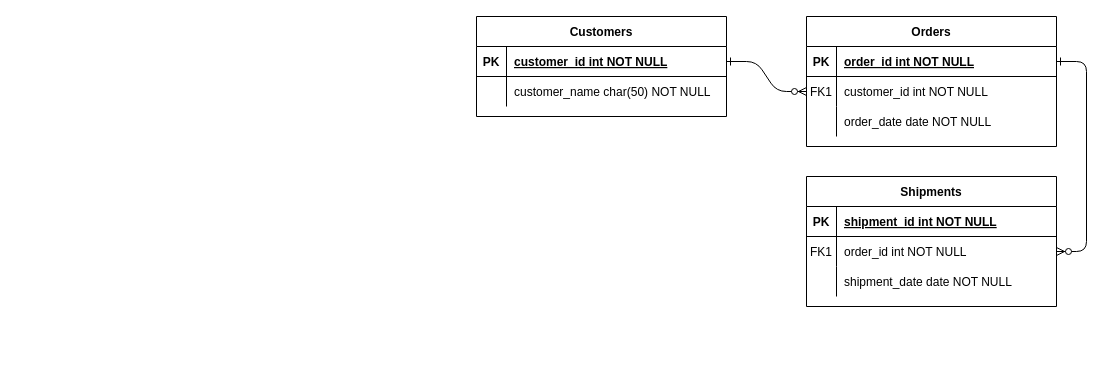
Earlier version of the draw.io diagram 제목 없는 다이어그램.drawio (GangBean/HelloWorld). Source tidied: cells renumbered, new cells numbered last; positions are measured from the earlier drawing's top-left corner, leaving out a move shared by most shapes. Both pictures are drawn from the tidied source at 100%, with x=0, y=0 at pixel (476, 16).
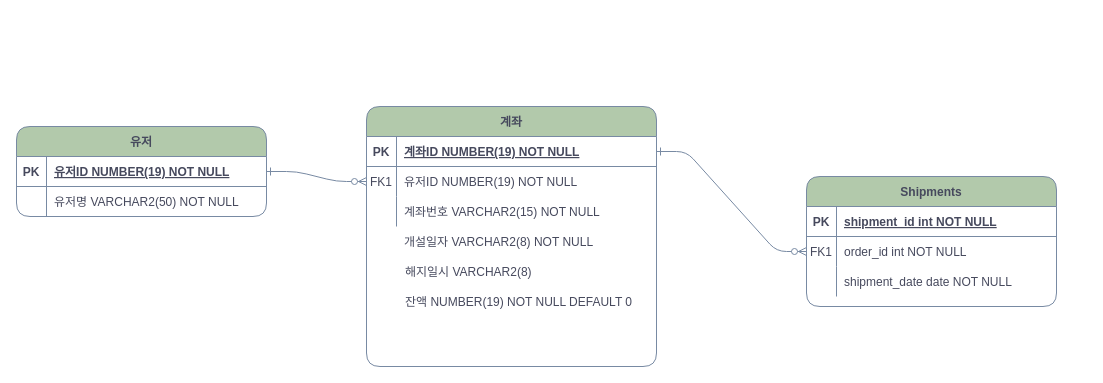
After the change.

Commit message:
제목 없는 다이어그램.drawio 업데이트

The edit, as a diff of the source:
```diff
@@
-    <mxCell id="2" style="edgeStyle=entityRelationEdgeStyle;endArrow=ERzeroToMany;startArrow=ERone;endFill=1;startFill=0;" parent="1" edge="1" source="25" target="8">
+    <mxCell id="2" style="edgeStyle=entityRelationEdgeStyle;endArrow=ERzeroToMany;startArrow=ERone;endFill=1;startFill=0;strokeColor=#788AA3;fontColor=#46495D;rounded=1;" parent="1" edge="1" source="25" target="8">
       <mxGeometry relative="1" as="geometry" />
     </mxCell>
-    <mxCell id="3" style="edgeStyle=entityRelationEdgeStyle;endArrow=ERzeroToMany;startArrow=ERone;endFill=1;startFill=0;" parent="1" edge="1" source="5" target="18">
+    <mxCell id="3" style="edgeStyle=entityRelationEdgeStyle;endArrow=ERzeroToMany;startArrow=ERone;endFill=1;startFill=0;strokeColor=#788AA3;fontColor=#46495D;rounded=1;" parent="1" edge="1" source="5" target="18">
       <mxGeometry relative="1" as="geometry" />
     </mxCell>
-    <mxCell id="4" value="Orders" style="shape=table;startSize=30;childLayout=tableLayout;rowLines=0;fontStyle=1;align=center;" parent="1" vertex="1">
-      <mxGeometry x="330" width="250" height="130" as="geometry" />
+    <mxCell id="4" value="계좌" style="shape=table;startSize=30;childLayout=tableLayout;rowLines=0;fontStyle=1;align=center;fillColor=#B2C9AB;strokeColor=#788AA3;fontColor=#46495D;rounded=1;" parent="1" vertex="1">
+      <mxGeometry x="-110" y="90" width="290" height="260" as="geometry" />
     </mxCell>
-    <mxCell id="5" style="shape=partialRectangle;fillColor=none;points=[[0,0.5],[1,0.5]];portConstraint=eastwest;top=0;left=0;right=0;bottom=1;" parent="4" vertex="1">
-      <mxGeometry y="30" width="250" height="30" as="geometry" />
+    <mxCell id="5" style="shape=partialRectangle;fillColor=none;points=[[0,0.5],[1,0.5]];portConstraint=eastwest;top=0;left=0;right=0;bottom=1;strokeColor=#788AA3;fontColor=#46495D;rounded=1;" parent="4" vertex="1">
+      <mxGeometry y="30" width="290" height="30" as="geometry" />
     </mxCell>
-    <mxCell id="6" value="PK" style="shape=partialRectangle;overflow=hidden;fillColor=none;top=0;left=0;bottom=0;right=0;fontStyle=1;" parent="5" vertex="1">
+    <mxCell id="6" value="PK" style="shape=partialRectangle;overflow=hidden;fillColor=none;top=0;left=0;bottom=0;right=0;fontStyle=1;strokeColor=#788AA3;fontColor=#46495D;rounded=1;" parent="5" vertex="1">
       <mxGeometry width="30" height="30" as="geometry" />
     </mxCell>
-    <mxCell id="7" value="order_id int NOT NULL " style="shape=partialRectangle;overflow=hidden;fillColor=none;top=0;left=0;bottom=0;right=0;align=left;spacingLeft=6;fontStyle=5;" parent="5" vertex="1">
-      <mxGeometry x="30" width="220" height="30" as="geometry" />
+    <mxCell id="7" value="계좌ID NUMBER(19) NOT NULL " style="shape=partialRectangle;overflow=hidden;fillColor=none;top=0;left=0;bottom=0;right=0;align=left;spacingLeft=6;fontStyle=5;strokeColor=#788AA3;fontColor=#46495D;rounded=1;" parent="5" vertex="1">
+      <mxGeometry x="30" width="260" height="30" as="geometry" />
     </mxCell>
-    <mxCell id="8" style="shape=partialRectangle;fillColor=none;points=[[0,0.5],[1,0.5]];portConstraint=eastwest;top=0;left=0;right=0;bottom=0;" parent="4" vertex="1">
-      <mxGeometry y="60" width="250" height="30" as="geometry" />
+    <mxCell id="8" style="shape=partialRectangle;fillColor=none;points=[[0,0.5],[1,0.5]];portConstraint=eastwest;top=0;left=0;right=0;bottom=0;strokeColor=#788AA3;fontColor=#46495D;rounded=1;" parent="4" vertex="1">
+      <mxGeometry y="60" width="290" height="30" as="geometry" />
     </mxCell>
-    <mxCell id="9" value="FK1" style="shape=partialRectangle;overflow=hidden;fillColor=none;top=0;left=0;bottom=0;right=0;" parent="8" vertex="1">
+    <mxCell id="9" value="FK1" style="shape=partialRectangle;overflow=hidden;fillColor=none;top=0;left=0;bottom=0;right=0;strokeColor=#788AA3;fontColor=#46495D;rounded=1;" parent="8" vertex="1">
       <mxGeometry width="30" height="30" as="geometry" />
     </mxCell>
-    <mxCell id="10" value="customer_id int NOT NULL" style="shape=partialRectangle;overflow=hidden;fillColor=none;top=0;left=0;bottom=0;right=0;align=left;spacingLeft=6;" parent="8" vertex="1">
-      <mxGeometry x="30" width="220" height="30" as="geometry" />
+    <mxCell id="10" value="유저ID NUMBER(19) NOT NULL" style="shape=partialRectangle;overflow=hidden;fillColor=none;top=0;left=0;bottom=0;right=0;align=left;spacingLeft=6;strokeColor=#788AA3;fontColor=#46495D;rounded=1;" parent="8" vertex="1">
+      <mxGeometry x="30" width="260" height="30" as="geometry" />
     </mxCell>
-    <mxCell id="11" style="shape=partialRectangle;fillColor=none;top=0;left=0;right=0;bottom=0;" parent="4" vertex="1">
-      <mxGeometry y="90" width="250" height="30" as="geometry" />
+    <mxCell id="11" style="shape=partialRectangle;fillColor=none;top=0;left=0;right=0;bottom=0;strokeColor=#788AA3;fontColor=#46495D;rounded=1;" parent="4" vertex="1">
+      <mxGeometry y="90" width="290" height="30" as="geometry" />
     </mxCell>
-    <mxCell id="12" style="shape=partialRectangle;overflow=hidden;fillColor=none;top=0;left=0;bottom=0;right=0;" parent="11" vertex="1">
+    <mxCell id="12" style="shape=partialRectangle;overflow=hidden;fillColor=none;top=0;left=0;bottom=0;right=0;strokeColor=#788AA3;fontColor=#46495D;rounded=1;" parent="11" vertex="1">
       <mxGeometry width="30" height="30" as="geometry" />
     </mxCell>
-    <mxCell id="13" value="order_date date NOT NULL" style="shape=partialRectangle;overflow=hidden;fillColor=none;top=0;left=0;bottom=0;right=0;align=left;spacingLeft=6;" parent="11" vertex="1">
-      <mxGeometry x="30" width="220" height="30" as="geometry" />
+    <mxCell id="13" value="계좌번호 VARCHAR2(15) NOT NULL" style="shape=partialRectangle;overflow=hidden;fillColor=none;top=0;left=0;bottom=0;right=0;align=left;spacingLeft=6;strokeColor=#788AA3;fontColor=#46495D;rounded=1;" parent="11" vertex="1">
+      <mxGeometry x="30" width="260" height="30" as="geometry" />
     </mxCell>
-    <mxCell id="14" value="Shipments" style="shape=table;startSize=30;childLayout=tableLayout;rowLines=0;fontStyle=1;align=center;" parent="1" vertex="1">
+    <mxCell id="14" value="Shipments" style="shape=table;startSize=30;childLayout=tableLayout;rowLines=0;fontStyle=1;align=center;fillColor=#B2C9AB;strokeColor=#788AA3;fontColor=#46495D;rounded=1;" parent="1" vertex="1">
       <mxGeometry x="330" y="160" width="250" height="130" as="geometry" />
     </mxCell>
-    <mxCell id="15" style="shape=partialRectangle;fillColor=none;top=0;left=0;right=0;bottom=1;" parent="14" vertex="1">
+    <mxCell id="15" style="shape=partialRectangle;fillColor=none;top=0;left=0;right=0;bottom=1;strokeColor=#788AA3;fontColor=#46495D;rounded=1;" parent="14" vertex="1">
       <mxGeometry y="30" width="250" height="30" as="geometry" />
     </mxCell>
-    <mxCell id="16" value="PK" style="shape=partialRectangle;overflow=hidden;fillColor=none;top=0;left=0;bottom=0;right=0;fontStyle=1;" parent="15" vertex="1">
+    <mxCell id="16" value="PK" style="shape=partialRectangle;overflow=hidden;fillColor=none;top=0;left=0;bottom=0;right=0;fontStyle=1;strokeColor=#788AA3;fontColor=#46495D;rounded=1;" parent="15" vertex="1">
       <mxGeometry width="30" height="30" as="geometry" />
     </mxCell>
-    <mxCell id="17" value="shipment_id int NOT NULL " style="shape=partialRectangle;overflow=hidden;fillColor=none;top=0;left=0;bottom=0;right=0;align=left;spacingLeft=6;fontStyle=5;" parent="15" vertex="1">
+    <mxCell id="17" value="shipment_id int NOT NULL " style="shape=partialRectangle;overflow=hidden;fillColor=none;top=0;left=0;bottom=0;right=0;align=left;spacingLeft=6;fontStyle=5;strokeColor=#788AA3;fontColor=#46495D;rounded=1;" parent="15" vertex="1">
       <mxGeometry x="30" width="220" height="30" as="geometry" />
     </mxCell>
-    <mxCell id="18" style="shape=partialRectangle;fillColor=none;points=[[0,0.5],[1,0.5]];portConstraint=eastwest;top=0;left=0;right=0;bottom=0;" parent="14" vertex="1">
+    <mxCell id="18" style="shape=partialRectangle;fillColor=none;points=[[0,0.5],[1,0.5]];portConstraint=eastwest;top=0;left=0;right=0;bottom=0;strokeColor=#788AA3;fontColor=#46495D;rounded=1;" parent="14" vertex="1">
       <mxGeometry y="60" width="250" height="30" as="geometry" />
     </mxCell>
-    <mxCell id="19" value="FK1" style="shape=partialRectangle;overflow=hidden;fillColor=none;top=0;left=0;bottom=0;right=0;" parent="18" vertex="1">
+    <mxCell id="19" value="FK1" style="shape=partialRectangle;overflow=hidden;fillColor=none;top=0;left=0;bottom=0;right=0;strokeColor=#788AA3;fontColor=#46495D;rounded=1;" parent="18" vertex="1">
       <mxGeometry width="30" height="30" as="geometry" />
     </mxCell>
-    <mxCell id="20" value="order_id int NOT NULL" style="shape=partialRectangle;overflow=hidden;fillColor=none;top=0;left=0;bottom=0;right=0;align=left;spacingLeft=6;" parent="18" vertex="1">
+    <mxCell id="20" value="order_id int NOT NULL" style="shape=partialRectangle;overflow=hidden;fillColor=none;top=0;left=0;bottom=0;right=0;align=left;spacingLeft=6;strokeColor=#788AA3;fontColor=#46495D;rounded=1;" parent="18" vertex="1">
       <mxGeometry x="30" width="220" height="30" as="geometry" />
     </mxCell>
-    <mxCell id="21" style="shape=partialRectangle;fillColor=none;top=0;left=0;right=0;bottom=0;" parent="14" vertex="1">
+    <mxCell id="21" style="shape=partialRectangle;fillColor=none;top=0;left=0;right=0;bottom=0;strokeColor=#788AA3;fontColor=#46495D;rounded=1;" parent="14" vertex="1">
       <mxGeometry y="90" width="250" height="30" as="geometry" />
     </mxCell>
-    <mxCell id="22" style="shape=partialRectangle;overflow=hidden;fillColor=none;top=0;left=0;bottom=0;right=0;" parent="21" vertex="1">
+    <mxCell id="22" style="shape=partialRectangle;overflow=hidden;fillColor=none;top=0;left=0;bottom=0;right=0;strokeColor=#788AA3;fontColor=#46495D;rounded=1;" parent="21" vertex="1">
       <mxGeometry width="30" height="30" as="geometry" />
     </mxCell>
-    <mxCell id="23" value="shipment_date date NOT NULL" style="shape=partialRectangle;overflow=hidden;fillColor=none;top=0;left=0;bottom=0;right=0;align=left;spacingLeft=6;" parent="21" vertex="1">
+    <mxCell id="23" value="shipment_date date NOT NULL" style="shape=partialRectangle;overflow=hidden;fillColor=none;top=0;left=0;bottom=0;right=0;align=left;spacingLeft=6;strokeColor=#788AA3;fontColor=#46495D;rounded=1;" parent="21" vertex="1">
       <mxGeometry x="30" width="220" height="30" as="geometry" />
     </mxCell>
-    <mxCell id="24" value="Customers" style="shape=table;startSize=30;childLayout=tableLayout;rowLines=0;fontStyle=1;align=center;" parent="1" vertex="1">
-      <mxGeometry width="250" height="100" as="geometry" />
+    <mxCell id="24" value="유저" style="shape=table;startSize=30;childLayout=tableLayout;rowLines=0;fontStyle=1;align=center;fillColor=#B2C9AB;strokeColor=#788AA3;fontColor=#46495D;rounded=1;" parent="1" vertex="1">
+      <mxGeometry x="-460" y="110" width="250" height="90" as="geometry" />
     </mxCell>
-    <mxCell id="25" style="shape=partialRectangle;fillColor=none;points=[[0,0.5],[1,0.5]];portConstraint=eastwest;top=0;left=0;right=0;bottom=1;" parent="24" vertex="1">
+    <mxCell id="25" style="shape=partialRectangle;fillColor=none;points=[[0,0.5],[1,0.5]];portConstraint=eastwest;top=0;left=0;right=0;bottom=1;strokeColor=#788AA3;fontColor=#46495D;rounded=1;" parent="24" vertex="1">
       <mxGeometry y="30" width="250" height="30" as="geometry" />
     </mxCell>
-    <mxCell id="26" value="PK" style="shape=partialRectangle;overflow=hidden;fillColor=none;top=0;left=0;bottom=0;right=0;fontStyle=1;" parent="25" vertex="1">
+    <mxCell id="26" value="PK" style="shape=partialRectangle;overflow=hidden;fillColor=none;top=0;left=0;bottom=0;right=0;fontStyle=1;strokeColor=#788AA3;fontColor=#46495D;rounded=1;" parent="25" vertex="1">
       <mxGeometry width="30" height="30" as="geometry" />
     </mxCell>
-    <mxCell id="27" value="customer_id int NOT NULL " style="shape=partialRectangle;overflow=hidden;fillColor=none;top=0;left=0;bottom=0;right=0;align=left;spacingLeft=6;fontStyle=5;" parent="25" vertex="1">
+    <mxCell id="27" value="유저ID NUMBER(19) NOT NULL " style="shape=partialRectangle;overflow=hidden;fillColor=none;top=0;left=0;bottom=0;right=0;align=left;spacingLeft=6;fontStyle=5;strokeColor=#788AA3;fontColor=#46495D;rounded=1;" parent="25" vertex="1">
       <mxGeometry x="30" width="220" height="30" as="geometry" />
     </mxCell>
-    <mxCell id="28" style="shape=partialRectangle;fillColor=none;top=0;left=0;right=0;bottom=0;" parent="24" vertex="1">
+    <mxCell id="28" style="shape=partialRectangle;fillColor=none;top=0;left=0;right=0;bottom=0;strokeColor=#788AA3;fontColor=#46495D;rounded=1;" parent="24" vertex="1">
       <mxGeometry y="60" width="250" height="30" as="geometry" />
     </mxCell>
-    <mxCell id="29" style="shape=partialRectangle;overflow=hidden;fillColor=none;top=0;left=0;bottom=0;right=0;" parent="28" vertex="1">
+    <mxCell id="29" style="shape=partialRectangle;overflow=hidden;fillColor=none;top=0;left=0;bottom=0;right=0;strokeColor=#788AA3;fontColor=#46495D;rounded=1;" parent="28" vertex="1">
       <mxGeometry width="30" height="30" as="geometry" />
     </mxCell>
-    <mxCell id="30" value="customer_name char(50) NOT NULL" style="shape=partialRectangle;overflow=hidden;fillColor=none;top=0;left=0;bottom=0;right=0;align=left;spacingLeft=6;" parent="28" vertex="1">
+    <mxCell id="30" value="유저명 VARCHAR2(50) NOT NULL" style="shape=partialRectangle;overflow=hidden;fillColor=none;top=0;left=0;bottom=0;right=0;align=left;spacingLeft=6;strokeColor=#788AA3;fontColor=#46495D;rounded=1;" parent="28" vertex="1">
       <mxGeometry x="30" width="220" height="30" as="geometry" />
     </mxCell>
+    <mxCell id="31" style="shape=partialRectangle;fillColor=none;top=0;left=0;right=0;bottom=0;strokeColor=#788AA3;fontColor=#46495D;rounded=1;" parent="1" vertex="1">
+      <mxGeometry x="-110" y="210" width="250" height="30" as="geometry" />
+    </mxCell>
+    <mxCell id="32" style="shape=partialRectangle;overflow=hidden;fillColor=none;top=0;left=0;bottom=0;right=0;strokeColor=#788AA3;fontColor=#46495D;rounded=1;" parent="31" vertex="1">
+      <mxGeometry width="30" height="30" as="geometry" />
+    </mxCell>
+    <mxCell id="33" value="개설일자 VARCHAR2(8) NOT NULL" style="shape=partialRectangle;overflow=hidden;fillColor=none;top=0;left=0;bottom=0;right=0;align=left;spacingLeft=6;strokeColor=#788AA3;fontColor=#46495D;rounded=1;" parent="31" vertex="1">
+      <mxGeometry x="30" width="220" height="30" as="geometry" />
+    </mxCell>
+    <mxCell id="34" style="shape=partialRectangle;fillColor=none;top=0;left=0;right=0;bottom=0;strokeColor=#788AA3;fontColor=#46495D;rounded=1;" parent="1" vertex="1">
+      <mxGeometry x="-109" y="240" width="250" height="30" as="geometry" />
+    </mxCell>
+    <mxCell id="35" style="shape=partialRectangle;overflow=hidden;fillColor=none;top=0;left=0;bottom=0;right=0;strokeColor=#788AA3;fontColor=#46495D;rounded=1;" parent="34" vertex="1">
+      <mxGeometry width="30" height="30" as="geometry" />
+    </mxCell>
+    <mxCell id="36" value="해지일시 VARCHAR2(8)" style="shape=partialRectangle;overflow=hidden;fillColor=none;top=0;left=0;bottom=0;right=0;align=left;spacingLeft=6;strokeColor=#788AA3;fontColor=#46495D;rounded=1;" parent="34" vertex="1">
+      <mxGeometry x="30" width="220" height="30" as="geometry" />
+    </mxCell>
+    <mxCell id="37" style="shape=partialRectangle;fillColor=none;top=0;left=0;right=0;bottom=0;strokeColor=#788AA3;fontColor=#46495D;rounded=1;align=center;" parent="1" vertex="1">
+      <mxGeometry x="-109" y="270" width="289" height="30" as="geometry" />
+    </mxCell>
+    <mxCell id="38" style="shape=partialRectangle;overflow=hidden;fillColor=none;top=0;left=0;bottom=0;right=0;strokeColor=#788AA3;fontColor=#46495D;rounded=1;" parent="37" vertex="1">
+      <mxGeometry width="34.7" height="30" as="geometry" />
+    </mxCell>
+    <mxCell id="39" value="잔액 NUMBER(19) NOT NULL DEFAULT 0" style="shape=partialRectangle;overflow=hidden;fillColor=none;top=0;left=0;bottom=0;right=0;align=left;spacingLeft=6;strokeColor=#788AA3;fontColor=#46495D;rounded=1;" parent="37" vertex="1">
+      <mxGeometry x="30" width="259" height="30" as="geometry" />
+    </mxCell>
```
